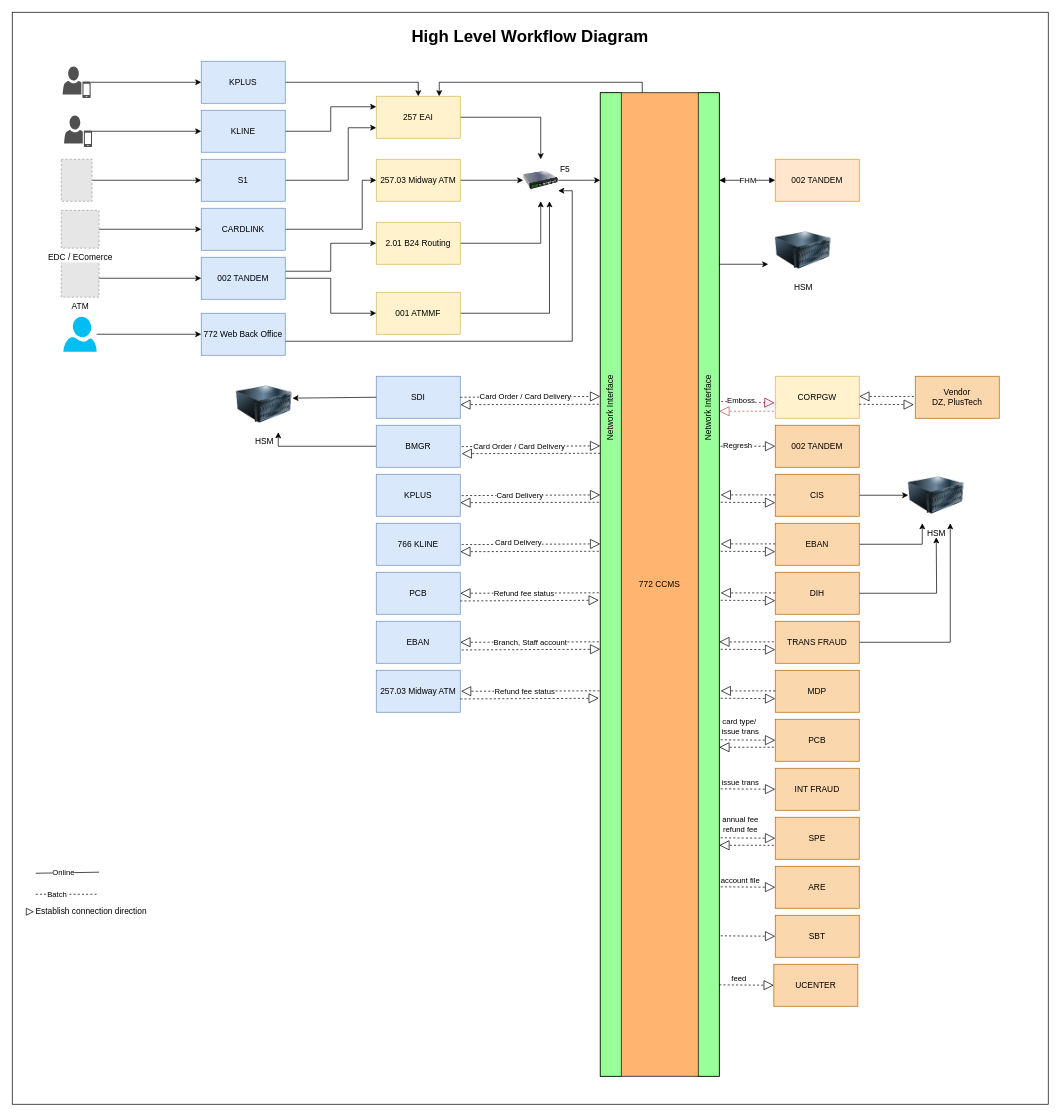
Earlier version of the draw.io diagram page "High Level Diagram" (2 of 8) of CCMS_Diagram.drawio (chawaratr/drawio). Source tidied: cells renumbered, new cells numbered last; positions are measured from the earlier drawing's top-left corner, leaving out a move shared by most shapes. Both pictures are drawn from the tidied source at 70%, with x=0, y=0 at pixel (12, 12). Pictures stored in the file or linked from it are replaced by grey dashed boxes.
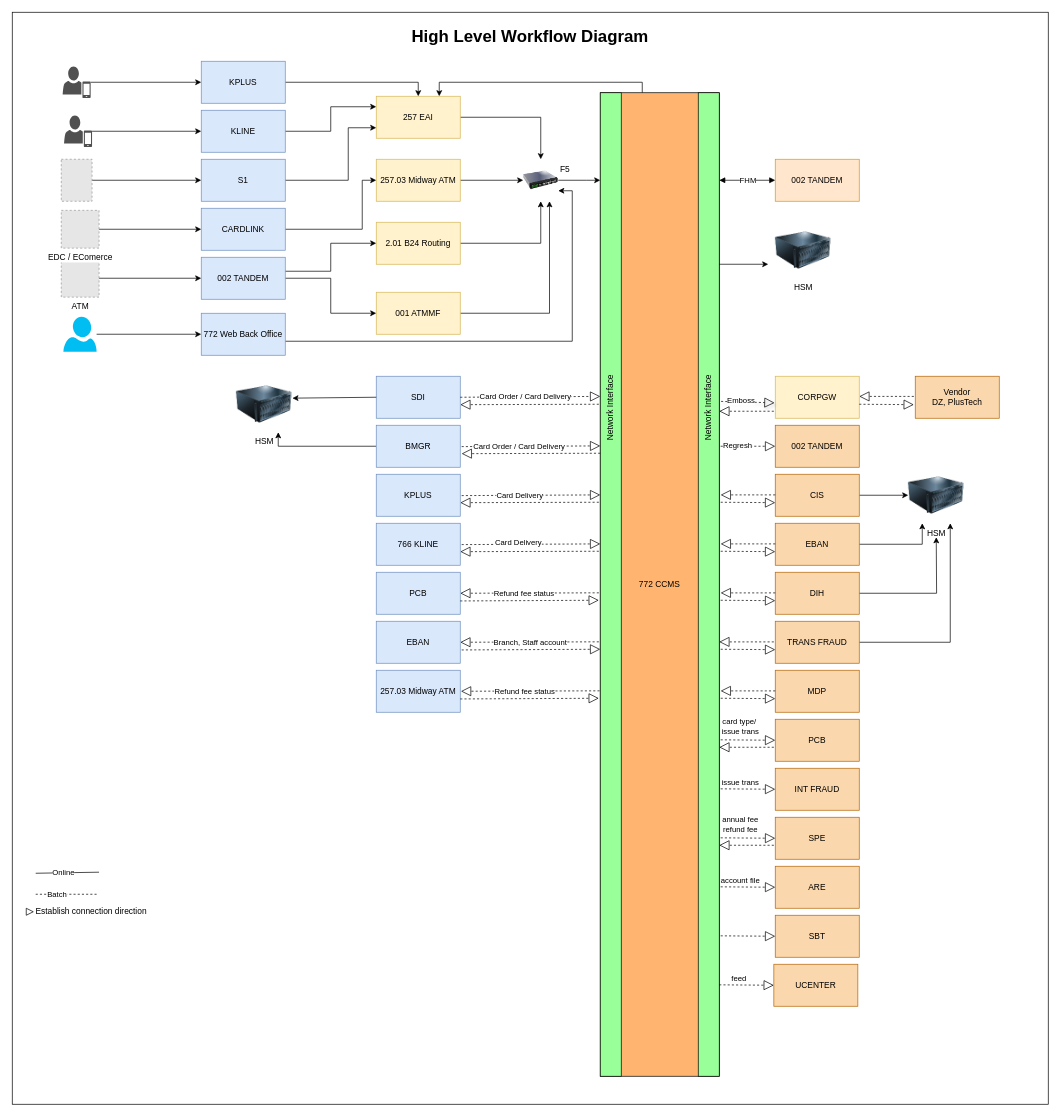
After the change.

The change refers to these unchanged cells:
```xml
<mxCell id="65" value="Network Interface" style="text;html=1;align=center;verticalAlign=middle;whiteSpace=wrap;rounded=0;rotation=-90;" parent="1" vertex="1">
  <mxGeometry x="930" y="550" width="130" height="30" as="geometry" />
</mxCell>
```

The edit, as a diff of the source:
```diff
@@
-    <mxCell id="50" style="endArrow=block;dashed=1;endFill=0;html=1;rounded=0;exitX=0.57;exitY=1.086;exitDx=0;exitDy=0;exitPerimeter=0;fillColor=#d80073;strokeColor=#A50040;shadow=1;endSize=12;strokeWidth=1;curved=0;flowAnimation=1;" parent="1" edge="1" source="65">
+    <mxCell id="50" style="endArrow=block;dashed=1;endFill=0;html=1;rounded=0;exitX=0.57;exitY=1.086;exitDx=0;exitDy=0;exitPerimeter=0;shadow=1;endSize=12;strokeWidth=1;curved=0;flowAnimation=1;" parent="1" edge="1" source="65">
       <mxGeometry relative="1" as="geometry">
         <mxPoint x="1089" y="558" as="targetPoint" />
       </mxGeometry>
     </mxCell>
@@
-    <mxCell id="136" style="endArrow=block;dashed=1;endFill=0;endSize=12;html=1;rounded=0;entryX=1.015;entryY=0.491;entryDx=0;entryDy=0;entryPerimeter=0;exitX=0;exitY=0.5;exitDx=0;exitDy=0;fillColor=#f8cecc;strokeColor=#b85450;flowAnimation=1;" parent="1" edge="1">
+    <mxCell id="136" style="endArrow=block;dashed=1;endFill=0;endSize=12;html=1;rounded=0;entryX=1.015;entryY=0.491;entryDx=0;entryDy=0;entryPerimeter=0;exitX=0;exitY=0.5;exitDx=0;exitDy=0;flowAnimation=1;" parent="1" edge="1">
       <mxGeometry relative="1" as="geometry">
         <mxPoint x="1088" y="570" as="sourcePoint" />
         <mxPoint x="1010" y="570" as="targetPoint" />
       </mxGeometry>
     </mxCell>
```
